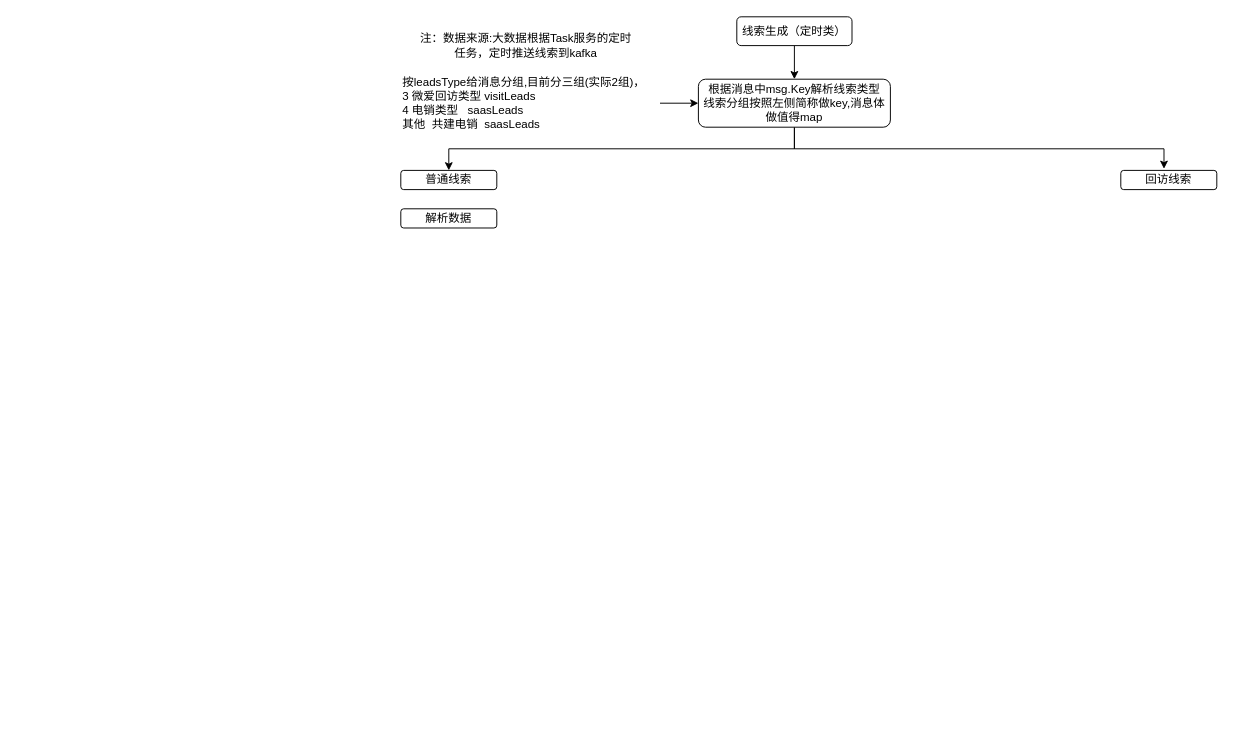
This is 线索生成.drawio from jilinhao/test, a draw.io file, before an edit. Source tidied: cells renumbered, new cells numbered last; positions are measured from the earlier drawing's top-left corner, leaving out a move shared by most shapes. Both pictures are drawn from the tidied source at 96%, with x=0, y=0 at pixel (400, 16).
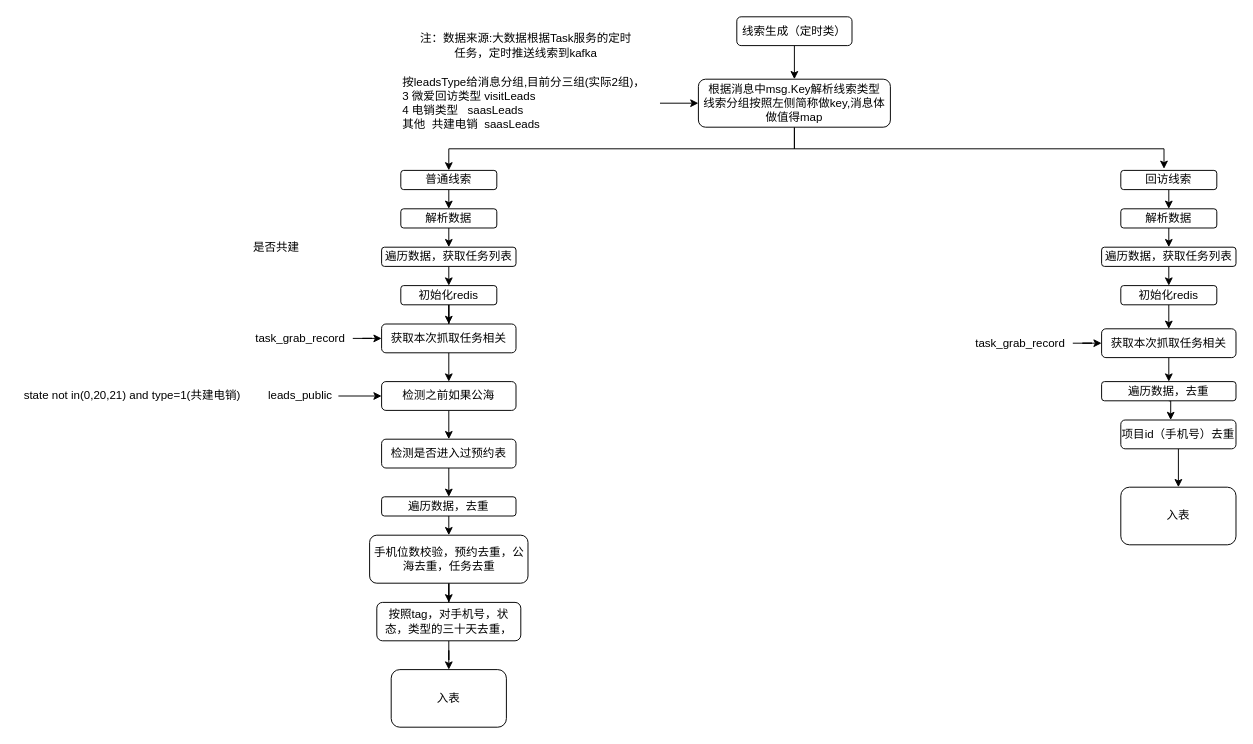
Above is the later version.

Unchanged cells that the change refers to:
```xml
<mxCell id="10" value="普通线索" style="rounded=1;whiteSpace=wrap;html=1;" parent="1" vertex="1">
  <mxGeometry y="160" width="100" height="20" as="geometry" />
</mxCell>
<mxCell id="11" value="回访线索" style="rounded=1;whiteSpace=wrap;html=1;" parent="1" vertex="1">
  <mxGeometry x="750" y="160" width="100" height="20" as="geometry" />
</mxCell>
<mxCell id="12" value="解析数据" style="rounded=1;whiteSpace=wrap;html=1;" parent="1" vertex="1">
  <mxGeometry y="200" width="100" height="20" as="geometry" />
</mxCell>
```

The edit, as a diff of the source:
```diff
@@
+    <mxCell id="13" style="edgeStyle=orthogonalEdgeStyle;rounded=0;jettySize=auto;html=1;exitX=0.5;exitY=1;exitDx=0;exitDy=0;entryX=0.5;entryY=0;entryDx=0;entryDy=0;" parent="1" edge="1" source="10" target="12">
+      <mxGeometry relative="1" as="geometry" />
+    </mxCell>
@@
+    <mxCell id="14" style="edgeStyle=orthogonalEdgeStyle;rounded=0;jettySize=auto;html=1;exitX=0.5;exitY=1;exitDx=0;exitDy=0;entryX=0.5;entryY=0;entryDx=0;entryDy=0;" parent="1" edge="1" source="11" target="40">
+      <mxGeometry relative="1" as="geometry" />
+    </mxCell>
@@
+    <mxCell id="15" style="edgeStyle=orthogonalEdgeStyle;rounded=0;jettySize=auto;html=1;exitX=0.5;exitY=1;exitDx=0;exitDy=0;entryX=0.5;entryY=0;entryDx=0;entryDy=0;" parent="1" edge="1" source="12" target="23">
+      <mxGeometry relative="1" as="geometry" />
+    </mxCell>
@@
+    <mxCell id="16" style="edgeStyle=orthogonalEdgeStyle;rounded=0;jettySize=auto;html=1;exitX=0.5;exitY=1;exitDx=0;exitDy=0;" parent="1" edge="1" source="17" target="19">
+      <mxGeometry relative="1" as="geometry" />
+    </mxCell>
+    <mxCell id="17" value="初始化redis" style="rounded=1;whiteSpace=wrap;html=1;" parent="1" vertex="1">
+      <mxGeometry y="280" width="100" height="20" as="geometry" />
+    </mxCell>
+    <mxCell id="18" style="edgeStyle=orthogonalEdgeStyle;rounded=0;jettySize=auto;html=1;exitX=0.5;exitY=1;exitDx=0;exitDy=0;entryX=0.5;entryY=0;entryDx=0;entryDy=0;" parent="1" edge="1" source="19" target="26">
+      <mxGeometry relative="1" as="geometry" />
+    </mxCell>
+    <mxCell id="19" value="获取本次抓取任务相关" style="rounded=1;whiteSpace=wrap;html=1;" parent="1" vertex="1">
+      <mxGeometry x="-20" y="320" width="140" height="30" as="geometry" />
+    </mxCell>
+    <mxCell id="20" style="edgeStyle=orthogonalEdgeStyle;rounded=0;jettySize=auto;html=1;entryX=0;entryY=0.5;entryDx=0;entryDy=0;" parent="1" edge="1" source="21" target="19">
+      <mxGeometry relative="1" as="geometry" />
+    </mxCell>
+    <mxCell id="21" value="task_grab_record" style="text;html=1;align=center;verticalAlign=middle;points=[];" parent="1" vertex="1">
+      <mxGeometry x="-160" y="325" width="110" height="20" as="geometry" />
+    </mxCell>
+    <mxCell id="22" style="edgeStyle=orthogonalEdgeStyle;rounded=0;jettySize=auto;html=1;exitX=0.5;exitY=1;exitDx=0;exitDy=0;entryX=0.5;entryY=0;entryDx=0;entryDy=0;" parent="1" edge="1" source="23" target="17">
+      <mxGeometry relative="1" as="geometry" />
+    </mxCell>
+    <mxCell id="23" value="遍历数据，获取任务列表" style="rounded=1;whiteSpace=wrap;html=1;" parent="1" vertex="1">
+      <mxGeometry x="-20" y="240" width="140" height="20" as="geometry" />
+    </mxCell>
+    <mxCell id="24" value="是否共建" style="text;html=1;align=center;verticalAlign=middle;" parent="1" vertex="1">
+      <mxGeometry x="-160" y="230" width="60" height="20" as="geometry" />
+    </mxCell>
+    <mxCell id="25" style="edgeStyle=orthogonalEdgeStyle;rounded=0;jettySize=auto;html=1;exitX=0.5;exitY=1;exitDx=0;exitDy=0;entryX=0.5;entryY=0;entryDx=0;entryDy=0;" parent="1" edge="1" source="26" target="35">
+      <mxGeometry relative="1" as="geometry" />
+    </mxCell>
+    <mxCell id="26" value="检测之前如果公海" style="rounded=1;whiteSpace=wrap;html=1;" parent="1" vertex="1">
+      <mxGeometry x="-20" y="380" width="140" height="30" as="geometry" />
+    </mxCell>
+    <mxCell id="27" style="edgeStyle=orthogonalEdgeStyle;rounded=0;jettySize=auto;html=1;entryX=0;entryY=0.5;entryDx=0;entryDy=0;" parent="1" edge="1" source="28" target="26">
+      <mxGeometry relative="1" as="geometry" />
+    </mxCell>
+    <mxCell id="28" value="leads_public" style="text;html=1;align=center;verticalAlign=middle;points=[];" parent="1" vertex="1">
+      <mxGeometry x="-145" y="385" width="80" height="20" as="geometry" />
+    </mxCell>
+    <mxCell id="29" value="state not in(0,20,21) and type=1(共建电销)" style="text;html=1;align=center;verticalAlign=middle;" parent="1" vertex="1">
+      <mxGeometry x="-400" y="385" width="240" height="20" as="geometry" />
+    </mxCell>
+    <mxCell id="30" style="edgeStyle=orthogonalEdgeStyle;rounded=0;jettySize=auto;html=1;exitX=0.5;exitY=1;exitDx=0;exitDy=0;entryX=0.5;entryY=0;entryDx=0;entryDy=0;" parent="1" edge="1" source="31" target="33">
+      <mxGeometry relative="1" as="geometry" />
+    </mxCell>
+    <mxCell id="31" value="遍历数据，去重" style="rounded=1;whiteSpace=wrap;html=1;" parent="1" vertex="1">
+      <mxGeometry x="-20" y="500" width="140" height="20" as="geometry" />
+    </mxCell>
+    <mxCell id="32" style="edgeStyle=orthogonalEdgeStyle;rounded=0;jettySize=auto;html=1;exitX=0.5;exitY=1;exitDx=0;exitDy=0;" parent="1" edge="1" source="33" target="37">
+      <mxGeometry relative="1" as="geometry" />
+    </mxCell>
+    <mxCell id="33" value="手机位数校验，预约去重，公海去重，任务去重" style="rounded=1;whiteSpace=wrap;html=1;" parent="1" vertex="1">
+      <mxGeometry x="-32.5" y="540" width="165" height="50" as="geometry" />
+    </mxCell>
+    <mxCell id="34" style="edgeStyle=orthogonalEdgeStyle;rounded=0;jettySize=auto;html=1;exitX=0.5;exitY=1;exitDx=0;exitDy=0;entryX=0.5;entryY=0;entryDx=0;entryDy=0;" parent="1" edge="1" source="35" target="31">
+      <mxGeometry relative="1" as="geometry" />
+    </mxCell>
+    <mxCell id="35" value="检测是否进入过预约表" style="rounded=1;whiteSpace=wrap;html=1;" parent="1" vertex="1">
+      <mxGeometry x="-20" y="440" width="140" height="30" as="geometry" />
+    </mxCell>
+    <mxCell id="36" style="edgeStyle=orthogonalEdgeStyle;rounded=0;jettySize=auto;html=1;exitX=0.5;exitY=1;exitDx=0;exitDy=0;" parent="1" edge="1" source="37" target="38">
+      <mxGeometry relative="1" as="geometry" />
+    </mxCell>
+    <mxCell id="37" value="按照tag，对手机号，状态，类型的三十天去重，" style="rounded=1;whiteSpace=wrap;html=1;" parent="1" vertex="1">
+      <mxGeometry x="-25" y="610" width="150" height="40" as="geometry" />
+    </mxCell>
+    <mxCell id="38" value="入表" style="rounded=1;whiteSpace=wrap;html=1;" parent="1" vertex="1">
+      <mxGeometry x="-10" y="680" width="120" height="60" as="geometry" />
+    </mxCell>
+    <mxCell id="39" style="edgeStyle=orthogonalEdgeStyle;rounded=0;jettySize=auto;html=1;exitX=0.5;exitY=1;exitDx=0;exitDy=0;entryX=0.5;entryY=0;entryDx=0;entryDy=0;" parent="1" edge="1" source="40" target="42">
+      <mxGeometry relative="1" as="geometry" />
+    </mxCell>
+    <mxCell id="40" value="解析数据" style="rounded=1;whiteSpace=wrap;html=1;" parent="1" vertex="1">
+      <mxGeometry x="750" y="200" width="100" height="20" as="geometry" />
+    </mxCell>
+    <mxCell id="41" style="edgeStyle=orthogonalEdgeStyle;rounded=0;jettySize=auto;html=1;exitX=0.5;exitY=1;exitDx=0;exitDy=0;entryX=0.5;entryY=0;entryDx=0;entryDy=0;" parent="1" edge="1" source="42" target="44">
+      <mxGeometry relative="1" as="geometry" />
+    </mxCell>
+    <mxCell id="42" value="遍历数据，获取任务列表" style="rounded=1;whiteSpace=wrap;html=1;" parent="1" vertex="1">
+      <mxGeometry x="730" y="240" width="140" height="20" as="geometry" />
+    </mxCell>
+    <mxCell id="43" style="edgeStyle=orthogonalEdgeStyle;rounded=0;jettySize=auto;html=1;exitX=0.5;exitY=1;exitDx=0;exitDy=0;entryX=0.5;entryY=0;entryDx=0;entryDy=0;" parent="1" edge="1" source="44" target="46">
+      <mxGeometry relative="1" as="geometry" />
+    </mxCell>
+    <mxCell id="44" value="初始化redis" style="rounded=1;whiteSpace=wrap;html=1;" parent="1" vertex="1">
+      <mxGeometry x="750" y="280" width="100" height="20" as="geometry" />
+    </mxCell>
+    <mxCell id="45" style="edgeStyle=orthogonalEdgeStyle;rounded=0;jettySize=auto;html=1;exitX=0.5;exitY=1;exitDx=0;exitDy=0;entryX=0.5;entryY=0;entryDx=0;entryDy=0;" parent="1" edge="1" source="46" target="50">
+      <mxGeometry relative="1" as="geometry" />
+    </mxCell>
+    <mxCell id="46" value="获取本次抓取任务相关" style="rounded=1;whiteSpace=wrap;html=1;" parent="1" vertex="1">
+      <mxGeometry x="730" y="325" width="140" height="30" as="geometry" />
+    </mxCell>
+    <mxCell id="47" style="edgeStyle=orthogonalEdgeStyle;rounded=0;jettySize=auto;html=1;entryX=0;entryY=0.5;entryDx=0;entryDy=0;" parent="1" edge="1" source="48" target="46">
+      <mxGeometry relative="1" as="geometry" />
+    </mxCell>
+    <mxCell id="48" value="task_grab_record" style="text;html=1;align=center;verticalAlign=middle;points=[];" parent="1" vertex="1">
+      <mxGeometry x="590" y="330" width="110" height="20" as="geometry" />
+    </mxCell>
+    <mxCell id="49" style="edgeStyle=orthogonalEdgeStyle;rounded=0;jettySize=auto;html=1;exitX=0.5;exitY=1;exitDx=0;exitDy=0;entryX=0.433;entryY=0;entryDx=0;entryDy=0;entryPerimeter=0;" parent="1" edge="1" source="50" target="52">
+      <mxGeometry relative="1" as="geometry" />
+    </mxCell>
+    <mxCell id="50" value="遍历数据，去重" style="rounded=1;whiteSpace=wrap;html=1;" parent="1" vertex="1">
+      <mxGeometry x="730" y="380" width="140" height="20" as="geometry" />
+    </mxCell>
+    <mxCell id="51" style="edgeStyle=orthogonalEdgeStyle;rounded=0;jettySize=auto;html=1;exitX=0.5;exitY=1;exitDx=0;exitDy=0;entryX=0.5;entryY=0;entryDx=0;entryDy=0;" parent="1" edge="1" source="52" target="53">
+      <mxGeometry relative="1" as="geometry" />
+    </mxCell>
+    <mxCell id="52" value="项目id（手机号）去重" style="rounded=1;whiteSpace=wrap;html=1;" parent="1" vertex="1">
+      <mxGeometry x="750" y="420" width="120" height="30" as="geometry" />
+    </mxCell>
+    <mxCell id="53" value="入表" style="rounded=1;whiteSpace=wrap;html=1;" parent="1" vertex="1">
+      <mxGeometry x="750" y="490" width="120" height="60" as="geometry" />
+    </mxCell>
```
